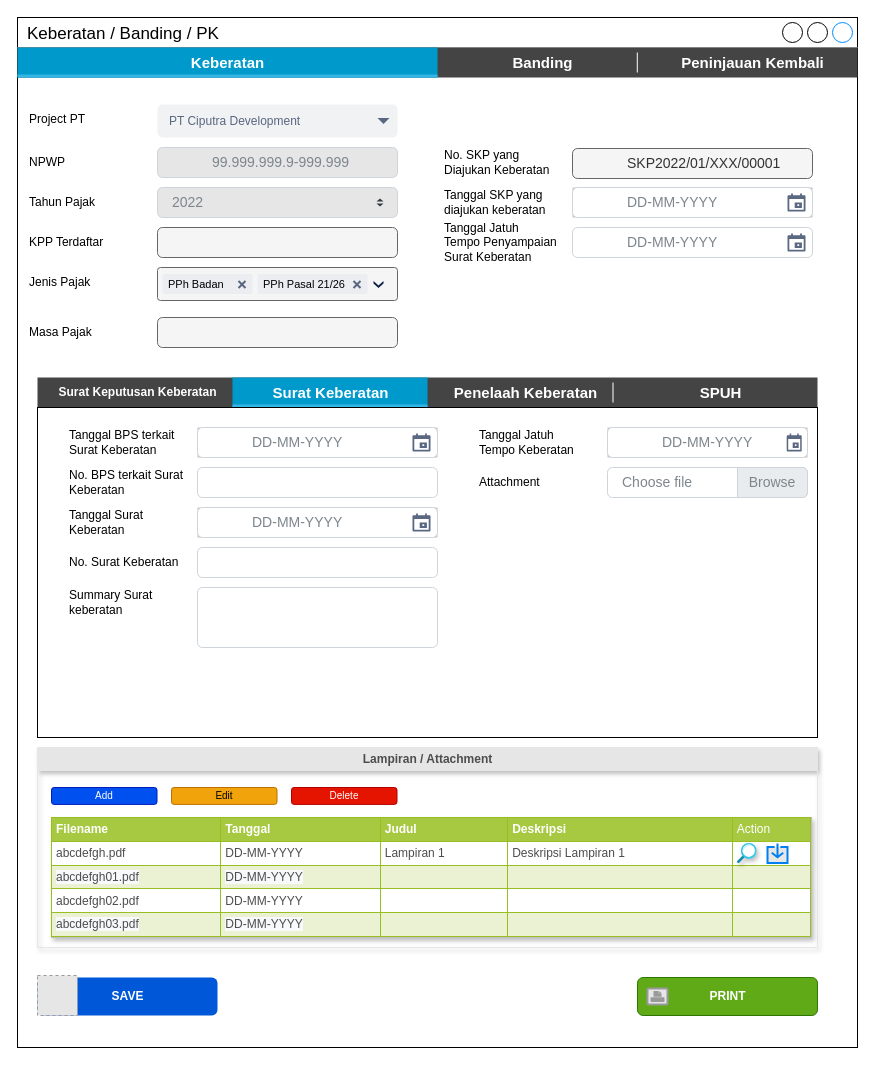
The draw.io diagram page "3.0 Keberatan_addnew" (12 of 22) of TAMS.drawio in prasetyodavid/TAMS, before the edit. Source tidied: cells renumbered, new cells numbered last; positions are measured from the earlier drawing's top-left corner, leaving out a move shared by most shapes. Both pictures are drawn from the tidied source at 100%, with x=0, y=0 at pixel (17, 17). Pictures stored in the file or linked from it are replaced by grey dashed boxes.
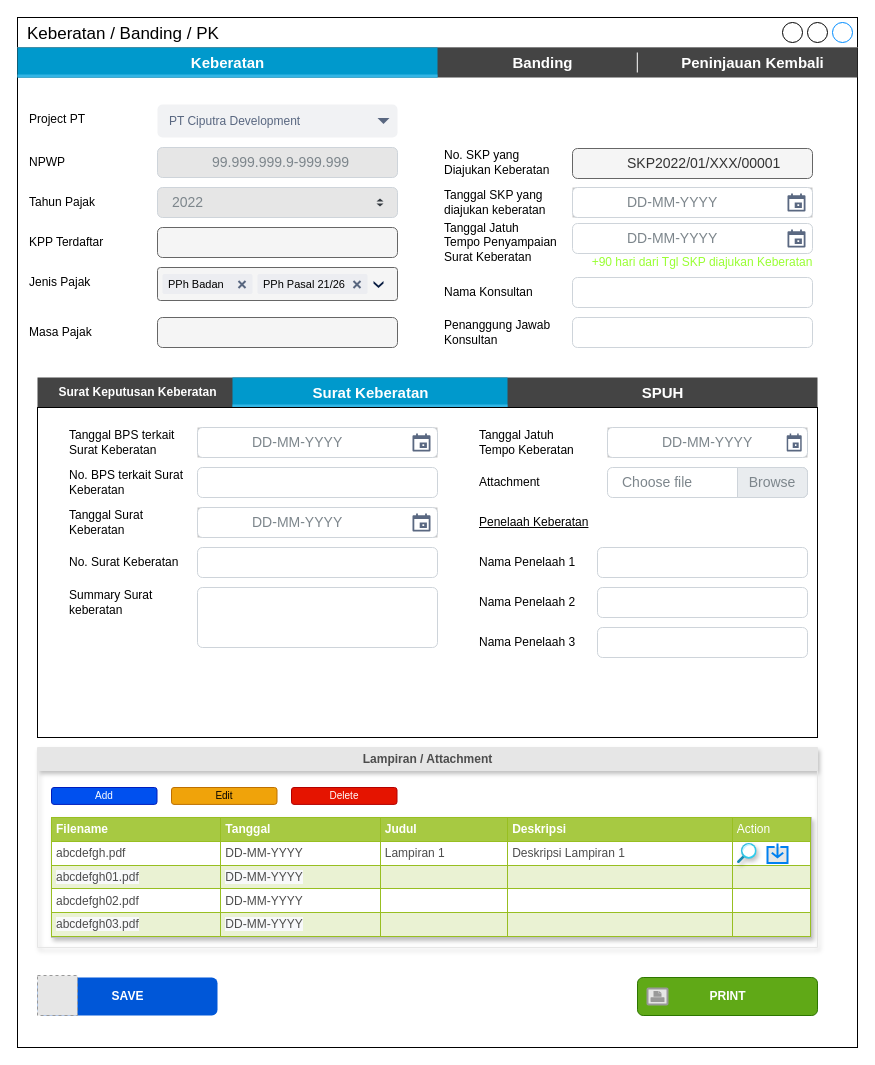
The same diagram, later.

The change refers to these unchanged cells:
```xml
<mxCell id="47" style="strokeWidth=1;html=1;shadow=0;dashed=0;shape=mxgraph.android.rrect;rSize=0;fillColor=#444444;strokeColor=none;fontSize=15;" parent="1" vertex="1">
  <mxGeometry x="20" y="360" width="780" height="30" as="geometry" />
</mxCell>
```

Diff of the diagram source:
```diff
@@
     <mxCell id="28" style="group;" parent="1" vertex="1">
-      <mxGeometry x="555" y="210" width="240" height="30" as="geometry" />
+      <mxGeometry x="555" y="206" width="275" height="54" as="geometry" />
     </mxCell>
@@
+    <mxCell id="83" value="+90 hari dari Tgl SKP diajukan Keberatan" style="text;html=1;strokeColor=none;fillColor=none;align=center;verticalAlign=middle;whiteSpace=wrap;rounded=0;fontColor=#99FF33;" parent="28" vertex="1">
+      <mxGeometry x="-15" y="24" width="290" height="30" as="geometry" />
+    </mxCell>
@@
     <mxCell id="49" value="Surat Keberatan" style="strokeWidth=1;html=1;shadow=0;dashed=0;shape=mxgraph.android.rrect;rSize=0;fontStyle=1;fillColor=#0099cc;strokeColor=none;fontColor=#ffffff;fontSize=15;" parent="47" vertex="1">
-      <mxGeometry x="195" width="195" height="30" as="geometry" />
+      <mxGeometry x="195" width="275" height="30" as="geometry" />
     </mxCell>
     <mxCell id="50" style="strokeWidth=1;html=1;shadow=0;dashed=0;shape=mxgraph.android.rrect;rSize=0;fillColor=#33b5e5;strokeColor=none;fontSize=15;" parent="49" vertex="1">
-      <mxGeometry y="27" width="195" height="3" as="geometry" />
+      <mxGeometry y="27" width="275" height="3" as="geometry" />
     </mxCell>
-    <mxCell id="51" value="Penelaah Keberatan" style="strokeWidth=1;html=1;shadow=0;dashed=0;shape=mxgraph.android.anchor;fontStyle=1;fontColor=#ffffff;fontSize=15;fillColor=#C7C7C7;" parent="47" vertex="1">
-      <mxGeometry x="390" width="195" height="30" as="geometry" />
-    </mxCell>
     <mxCell id="52" value="SPUH" style="strokeWidth=1;html=1;shadow=0;dashed=0;shape=mxgraph.android.anchor;fontStyle=1;fontColor=#ffffff;fontSize=15;fillColor=#C7C7C7;" parent="47" vertex="1">
-      <mxGeometry x="585" width="195" height="30" as="geometry" />
+      <mxGeometry x="470" width="310" height="30" as="geometry" />
     </mxCell>
-    <mxCell id="53" style="shape=line;strokeColor=#ffffff;direction=south;fontSize=15;fillColor=#C7C7C7;" parent="47" vertex="1">
-      <mxGeometry x="554.4" y="5" width="42.2" height="20" as="geometry" />
-    </mxCell>
@@
+    <mxCell id="84" value="Nama Konsultan" style="text;html=1;strokeColor=none;fillColor=none;align=left;verticalAlign=middle;whiteSpace=wrap;rounded=0;fontColor=default;" parent="1" vertex="1">
+      <mxGeometry x="425" y="260" width="115" height="30" as="geometry" />
+    </mxCell>
+    <mxCell id="85" value="Penanggung Jawab Konsultan" style="text;html=1;strokeColor=none;fillColor=none;align=left;verticalAlign=middle;whiteSpace=wrap;rounded=0;fontColor=default;" parent="1" vertex="1">
+      <mxGeometry x="425" y="300" width="115" height="30" as="geometry" />
+    </mxCell>
+    <mxCell id="86" style="html=1;shadow=0;dashed=0;shape=mxgraph.bootstrap.rrect;rSize=5;strokeColor=#CED4DA;html=1;whiteSpace=wrap;fillColor=#FFFFFF;fontColor=#7D868C;align=left;spacing=15;spacingLeft=40;fontSize=14;" parent="1" vertex="1">
+      <mxGeometry x="555" y="260" width="240" height="30" as="geometry" />
+    </mxCell>
+    <mxCell id="87" style="html=1;shadow=0;dashed=0;shape=mxgraph.bootstrap.rrect;rSize=5;strokeColor=#CED4DA;html=1;whiteSpace=wrap;fillColor=#FFFFFF;fontColor=#7D868C;align=left;spacing=15;spacingLeft=40;fontSize=14;" parent="1" vertex="1">
+      <mxGeometry x="555" y="300" width="240" height="30" as="geometry" />
+    </mxCell>
+    <mxCell id="88" value="Nama Penelaah 1" style="text;html=1;strokeColor=none;fillColor=none;align=left;verticalAlign=middle;whiteSpace=wrap;rounded=0;fontColor=default;" parent="1" vertex="1">
+      <mxGeometry x="460" y="530" width="115" height="30" as="geometry" />
+    </mxCell>
+    <mxCell id="89" style="html=1;shadow=0;dashed=0;shape=mxgraph.bootstrap.rrect;rSize=5;strokeColor=#CED4DA;html=1;whiteSpace=wrap;fillColor=#FFFFFF;fontColor=#7D868C;align=left;spacing=15;spacingLeft=40;fontSize=14;" parent="1" vertex="1">
+      <mxGeometry x="580" y="530" width="210" height="30" as="geometry" />
+    </mxCell>
+    <mxCell id="90" value="Nama Penelaah 2" style="text;html=1;strokeColor=none;fillColor=none;align=left;verticalAlign=middle;whiteSpace=wrap;rounded=0;fontColor=default;" parent="1" vertex="1">
+      <mxGeometry x="460" y="570" width="115" height="30" as="geometry" />
+    </mxCell>
+    <mxCell id="91" style="html=1;shadow=0;dashed=0;shape=mxgraph.bootstrap.rrect;rSize=5;strokeColor=#CED4DA;html=1;whiteSpace=wrap;fillColor=#FFFFFF;fontColor=#7D868C;align=left;spacing=15;spacingLeft=40;fontSize=14;" parent="1" vertex="1">
+      <mxGeometry x="580" y="570" width="210" height="30" as="geometry" />
+    </mxCell>
+    <mxCell id="92" value="Nama Penelaah 3" style="text;html=1;strokeColor=none;fillColor=none;align=left;verticalAlign=middle;whiteSpace=wrap;rounded=0;fontColor=default;" parent="1" vertex="1">
+      <mxGeometry x="460" y="610" width="115" height="30" as="geometry" />
+    </mxCell>
+    <mxCell id="93" style="html=1;shadow=0;dashed=0;shape=mxgraph.bootstrap.rrect;rSize=5;strokeColor=#CED4DA;html=1;whiteSpace=wrap;fillColor=#FFFFFF;fontColor=#7D868C;align=left;spacing=15;spacingLeft=40;fontSize=14;" parent="1" vertex="1">
+      <mxGeometry x="580" y="610" width="210" height="30" as="geometry" />
+    </mxCell>
+    <mxCell id="51" value="Penelaah Keberatan" style="text;html=1;strokeColor=none;fillColor=none;align=left;verticalAlign=middle;whiteSpace=wrap;rounded=0;fontColor=default;fontStyle=4;" parent="1" vertex="1">
+      <mxGeometry x="460" y="490" width="115" height="30" as="geometry" />
+    </mxCell>
```
